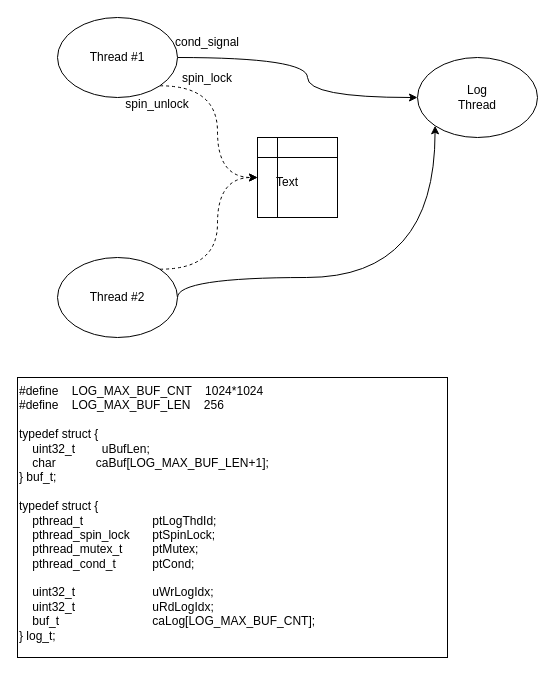
Earlier version of the draw.io diagram page "log Thread" (7 of 7) of 제목 없는 다이어그램.drawio (aim65k/nextrade2). Source tidied: cells renumbered, new cells numbered last; positions are measured from the earlier drawing's top-left corner, leaving out a move shared by most shapes. Both pictures are drawn from the tidied source at 100%, with x=0, y=0 at pixel (17, 17).
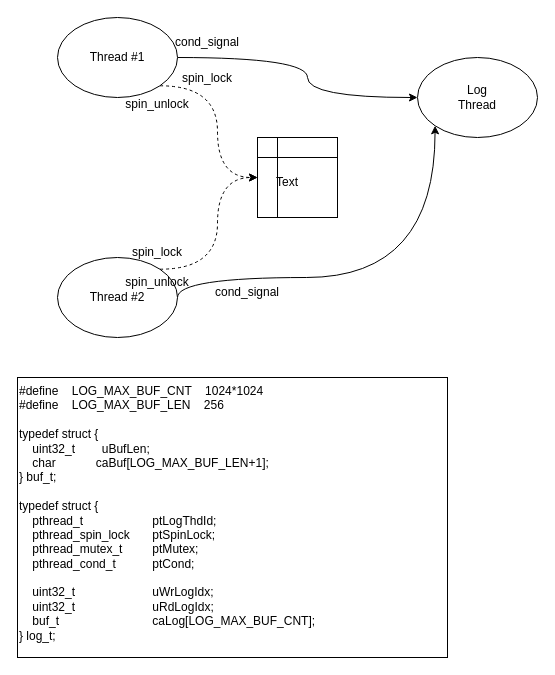
After the change.

Commit message:
제목 없는 다이어그램.drawio 업데이트

Diff of the diagram source:
```diff
@@
+    <mxCell id="15" value="spin_lock" style="text;html=1;strokeColor=none;fillColor=none;align=center;verticalAlign=middle;whiteSpace=wrap;rounded=0;" parent="1" vertex="1">
+      <mxGeometry x="110" y="220" width="60" height="30" as="geometry" />
+    </mxCell>
+    <mxCell id="16" value="spin_unlock" style="text;html=1;strokeColor=none;fillColor=none;align=center;verticalAlign=middle;whiteSpace=wrap;rounded=0;" parent="1" vertex="1">
+      <mxGeometry x="110" y="250" width="60" height="30" as="geometry" />
+    </mxCell>
+    <mxCell id="17" value="cond_signal" style="text;html=1;strokeColor=none;fillColor=none;align=center;verticalAlign=middle;whiteSpace=wrap;rounded=0;" parent="1" vertex="1">
+      <mxGeometry x="200" y="260" width="60" height="30" as="geometry" />
+    </mxCell>
```
